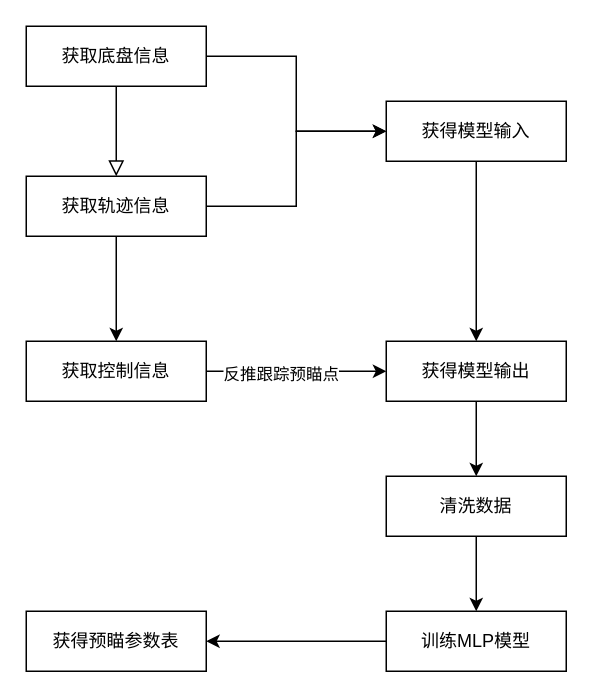
This is drawio/Untitled Diagram.drawio from pickteemo/note, a draw.io file, before an edit. Source tidied: cells renumbered, new cells numbered last; positions are measured from the earlier drawing's top-left corner, leaving out a move shared by most shapes. Both pictures are drawn from the tidied source at 150%, with x=0, y=0 at pixel (26, 26).
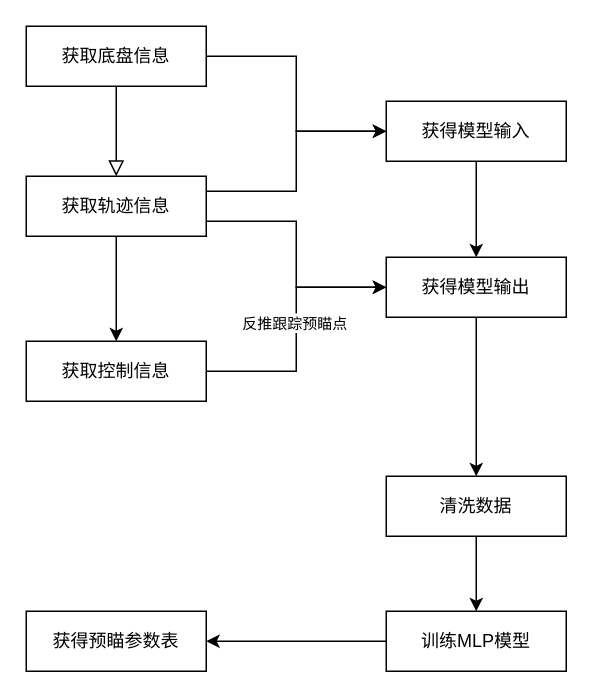
The same page after the edit.

The change refers to these unchanged cells:
```xml
<mxCell id="7" value="获取轨迹信息" style="rounded=0;whiteSpace=wrap;html=1;fontSize=12;glass=0;strokeWidth=1;shadow=0;" parent="1" vertex="1">
  <mxGeometry y="100" width="120" height="40" as="geometry" />
</mxCell>
<mxCell id="8" style="edgeStyle=orthogonalEdgeStyle;rounded=0;jettySize=auto;html=1;entryX=0;entryY=0.5;entryDx=0;entryDy=0;" parent="1" edge="1" source="10" target="14">
  <mxGeometry relative="1" as="geometry" />
</mxCell>
<mxCell id="12" value="获得模型输入" style="rounded=0;whiteSpace=wrap;html=1;fontSize=12;glass=0;strokeWidth=1;shadow=0;" parent="1" vertex="1">
  <mxGeometry x="240" y="50" width="120" height="40" as="geometry" />
</mxCell>
```

Diff of the diagram source:
```diff
@@
     <mxCell id="6" style="edgeStyle=orthogonalEdgeStyle;rounded=0;jettySize=auto;html=1;entryX=0;entryY=0.5;entryDx=0;entryDy=0;" parent="1" edge="1" source="7" target="12">
-      <mxGeometry relative="1" as="geometry" />
+      <mxGeometry relative="1" as="geometry">
+        <Array as="points">
+          <mxPoint x="180" y="110" />
+          <mxPoint x="180" y="70" />
+        </Array>
+      </mxGeometry>
     </mxCell>
+    <mxCell id="20" style="edgeStyle=orthogonalEdgeStyle;rounded=0;jettySize=auto;html=1;entryX=0;entryY=0.5;entryDx=0;entryDy=0;" parent="1" edge="1" source="7" target="14">
+      <mxGeometry relative="1" as="geometry">
+        <Array as="points">
+          <mxPoint x="180" y="130" />
+          <mxPoint x="180" y="174" />
+        </Array>
+      </mxGeometry>
+    </mxCell>
@@
-    <mxCell id="9" value="反推跟踪预瞄点" style="edgeLabel;html=1;align=center;verticalAlign=middle;" parent="8" vertex="1">
-      <mxGeometry x="-0.19" y="-1" relative="1" as="geometry" />
+    <mxCell id="9" value="&lt;font style=&quot;font-size: 10px&quot;&gt;反推跟踪预瞄点&lt;/font&gt;" style="edgeLabel;html=1;align=center;verticalAlign=middle;" parent="8" vertex="1">
+      <mxGeometry x="0.77" y="-3" relative="1" as="geometry">
+        <mxPoint x="-42" y="20" as="offset" />
+      </mxGeometry>
     </mxCell>
@@
     <mxCell id="14" value="获得模型输出" style="rounded=0;whiteSpace=wrap;html=1;fontSize=12;glass=0;strokeWidth=1;shadow=0;" parent="1" vertex="1">
-      <mxGeometry x="240" y="210" width="120" height="40" as="geometry" />
+      <mxGeometry x="240" y="154" width="120" height="40" as="geometry" />
     </mxCell>
```
